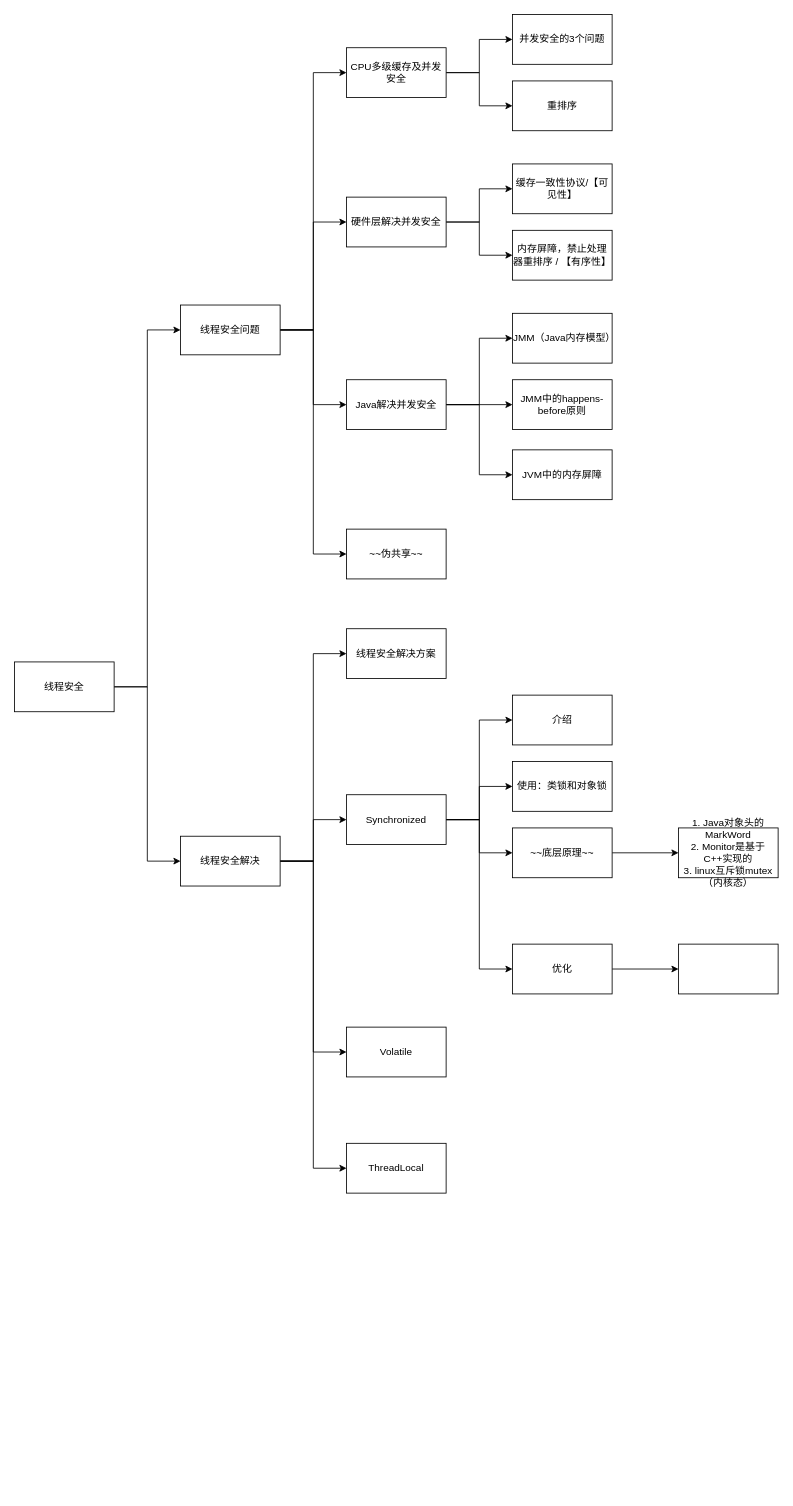
Earlier version of the draw.io diagram images/draw/Concurrent.drawio (wt1814/wt1814.github.io). Source tidied: cells renumbered, new cells numbered last; positions are measured from the earlier drawing's top-left corner, leaving out a move shared by most shapes. Both pictures are drawn from the tidied source at 83%, with x=0, y=0 at pixel (14, 14).
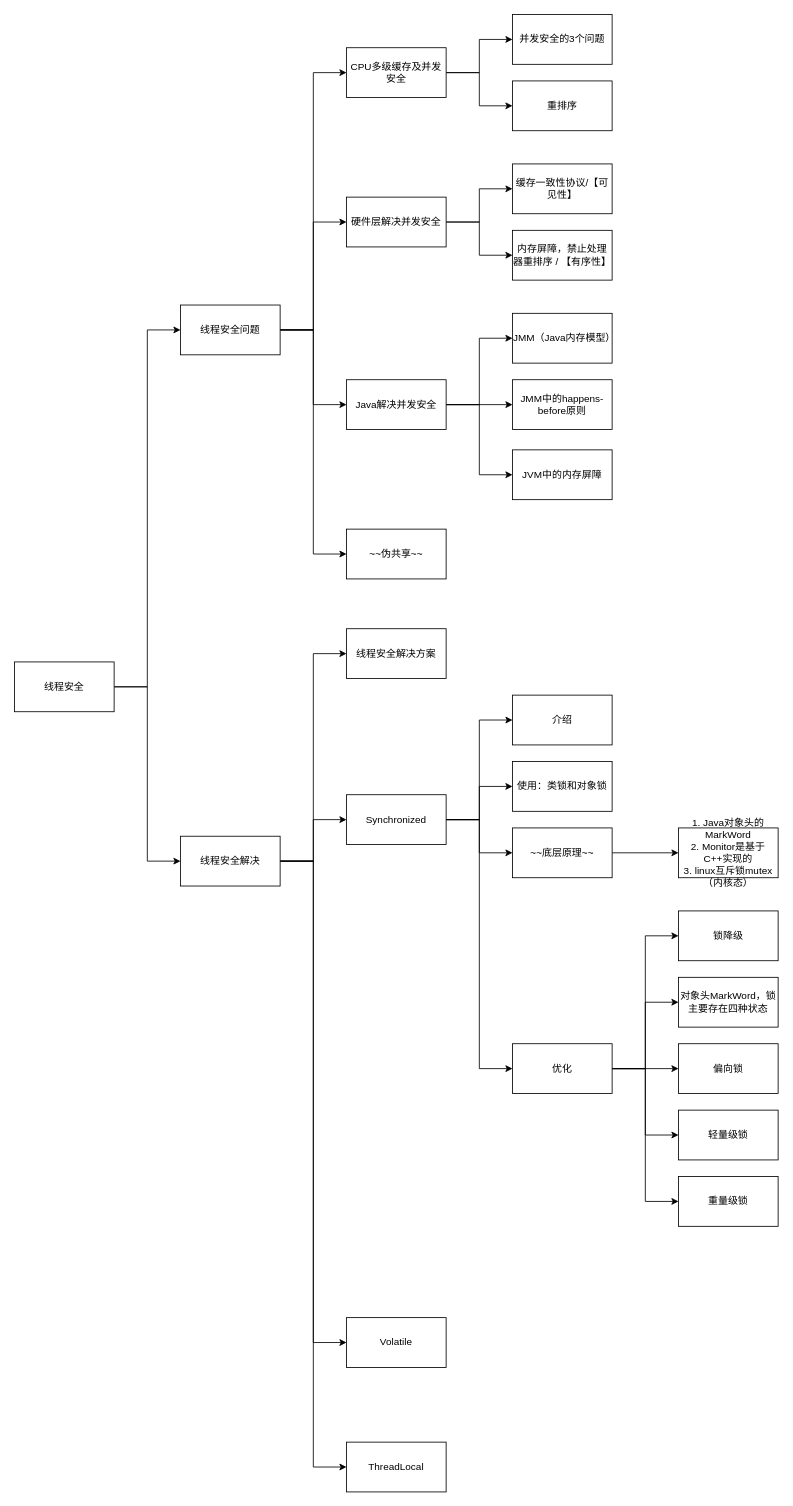
The same diagram, later.

The edit, as a diff of the source:
```diff
@@
     <mxCell id="39" value="Volatile" style="rounded=0;whiteSpace=wrap;html=1;" parent="1" vertex="1">
-      <mxGeometry x="400" y="1220" width="120" height="60" as="geometry" />
+      <mxGeometry x="400" y="1570" width="120" height="60" as="geometry" />
     </mxCell>
     <mxCell id="40" value="ThreadLocal" style="rounded=0;whiteSpace=wrap;html=1;" parent="1" vertex="1">
-      <mxGeometry x="400" y="1360" width="120" height="60" as="geometry" />
+      <mxGeometry x="400" y="1720" width="120" height="60" as="geometry" />
     </mxCell>
@@
-    <mxCell id="43" style="edgeStyle=orthogonalEdgeStyle;rounded=0;jettySize=auto;html=1;" parent="1" edge="1" source="44" target="48">
+    <mxCell id="43" style="edgeStyle=orthogonalEdgeStyle;rounded=0;jettySize=auto;html=1;entryX=0;entryY=0.5;entryDx=0;entryDy=0;" parent="1" edge="1" source="44" target="48">
       <mxGeometry relative="1" as="geometry" />
     </mxCell>
+    <mxCell id="49" style="edgeStyle=orthogonalEdgeStyle;rounded=0;jettySize=auto;html=1;entryX=0;entryY=0.5;entryDx=0;entryDy=0;" parent="1" edge="1" source="44" target="53">
+      <mxGeometry relative="1" as="geometry" />
+    </mxCell>
+    <mxCell id="50" style="edgeStyle=orthogonalEdgeStyle;rounded=0;jettySize=auto;html=1;" parent="1" edge="1" source="44" target="55">
+      <mxGeometry relative="1" as="geometry" />
+    </mxCell>
+    <mxCell id="51" style="edgeStyle=orthogonalEdgeStyle;rounded=0;jettySize=auto;html=1;entryX=0;entryY=0.5;entryDx=0;entryDy=0;" parent="1" edge="1" source="44" target="56">
+      <mxGeometry relative="1" as="geometry" />
+    </mxCell>
+    <mxCell id="52" style="edgeStyle=orthogonalEdgeStyle;rounded=0;jettySize=auto;html=1;entryX=0;entryY=0.5;entryDx=0;entryDy=0;" parent="1" edge="1" source="44" target="54">
+      <mxGeometry relative="1" as="geometry" />
+    </mxCell>
     <mxCell id="44" value="优化" style="rounded=0;whiteSpace=wrap;html=1;" parent="1" vertex="1">
-      <mxGeometry x="600" y="1120" width="120" height="60" as="geometry" />
+      <mxGeometry x="600" y="1240" width="120" height="60" as="geometry" />
     </mxCell>
@@
-    <mxCell id="48" style="rounded=0;whiteSpace=wrap;html=1;" parent="1" vertex="1">
-      <mxGeometry x="800" y="1120" width="120" height="60" as="geometry" />
+    <mxCell id="48" value="锁降级" style="rounded=0;whiteSpace=wrap;html=1;" parent="1" vertex="1">
+      <mxGeometry x="800" y="1080" width="120" height="60" as="geometry" />
     </mxCell>
+    <mxCell id="53" value="对象头MarkWord，锁主要存在四种状态" style="rounded=0;whiteSpace=wrap;html=1;" parent="1" vertex="1">
+      <mxGeometry x="800" y="1160" width="120" height="60" as="geometry" />
+    </mxCell>
+    <mxCell id="54" value="重量级锁" style="rounded=0;whiteSpace=wrap;html=1;" parent="1" vertex="1">
+      <mxGeometry x="800" y="1400" width="120" height="60" as="geometry" />
+    </mxCell>
+    <mxCell id="55" value="偏向锁" style="rounded=0;whiteSpace=wrap;html=1;" parent="1" vertex="1">
+      <mxGeometry x="800" y="1240" width="120" height="60" as="geometry" />
+    </mxCell>
+    <mxCell id="56" value="轻量级锁" style="rounded=0;whiteSpace=wrap;html=1;" parent="1" vertex="1">
+      <mxGeometry x="800" y="1320" width="120" height="60" as="geometry" />
+    </mxCell>
```
